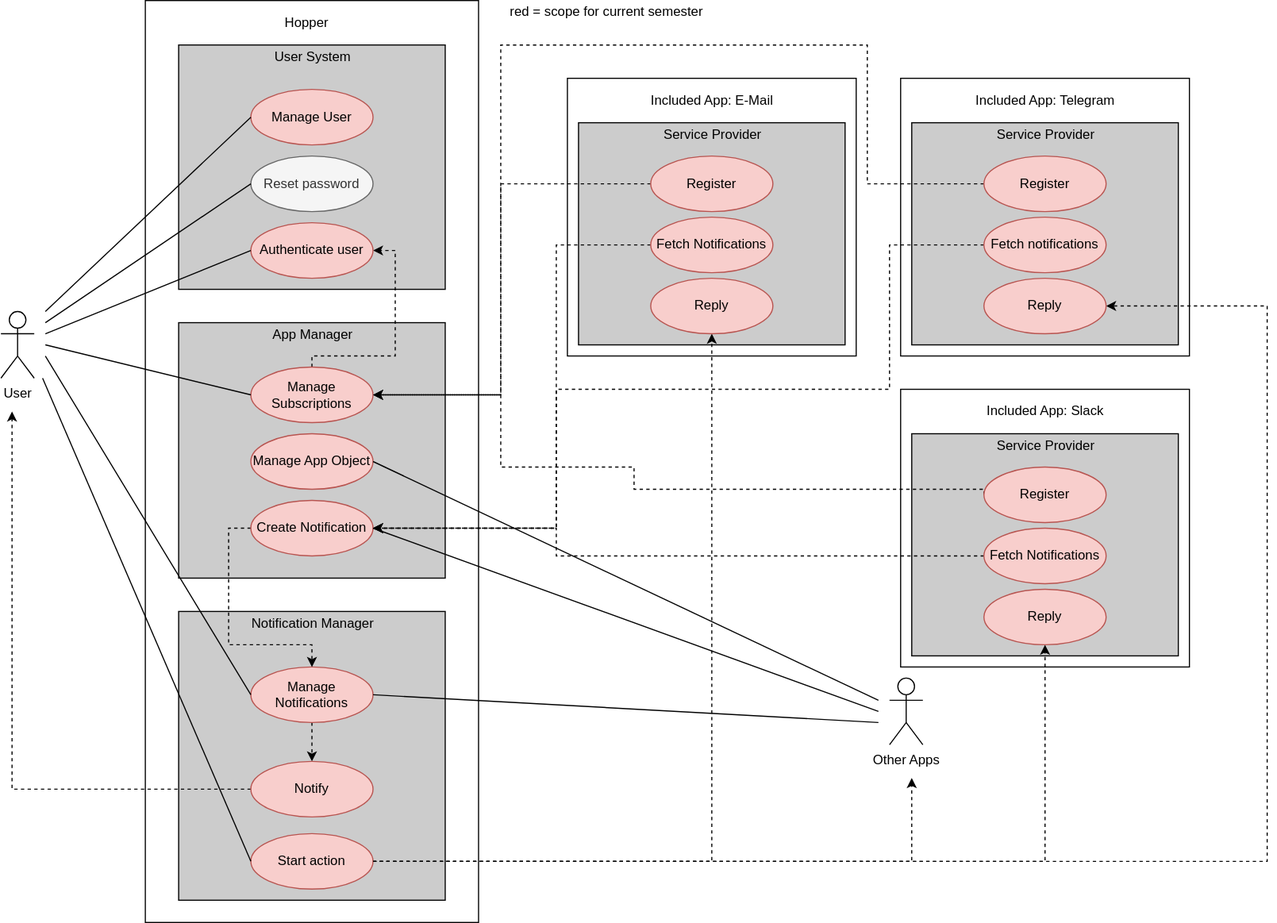
hopperteam/hopper-doc keeps this draw.io diagram as img/ucd2.svg. Above is the earlier version. Source tidied: cells renumbered, new cells last; positions are measured from the earlier drawing's top-left corner, leaving out a move shared by most shapes.
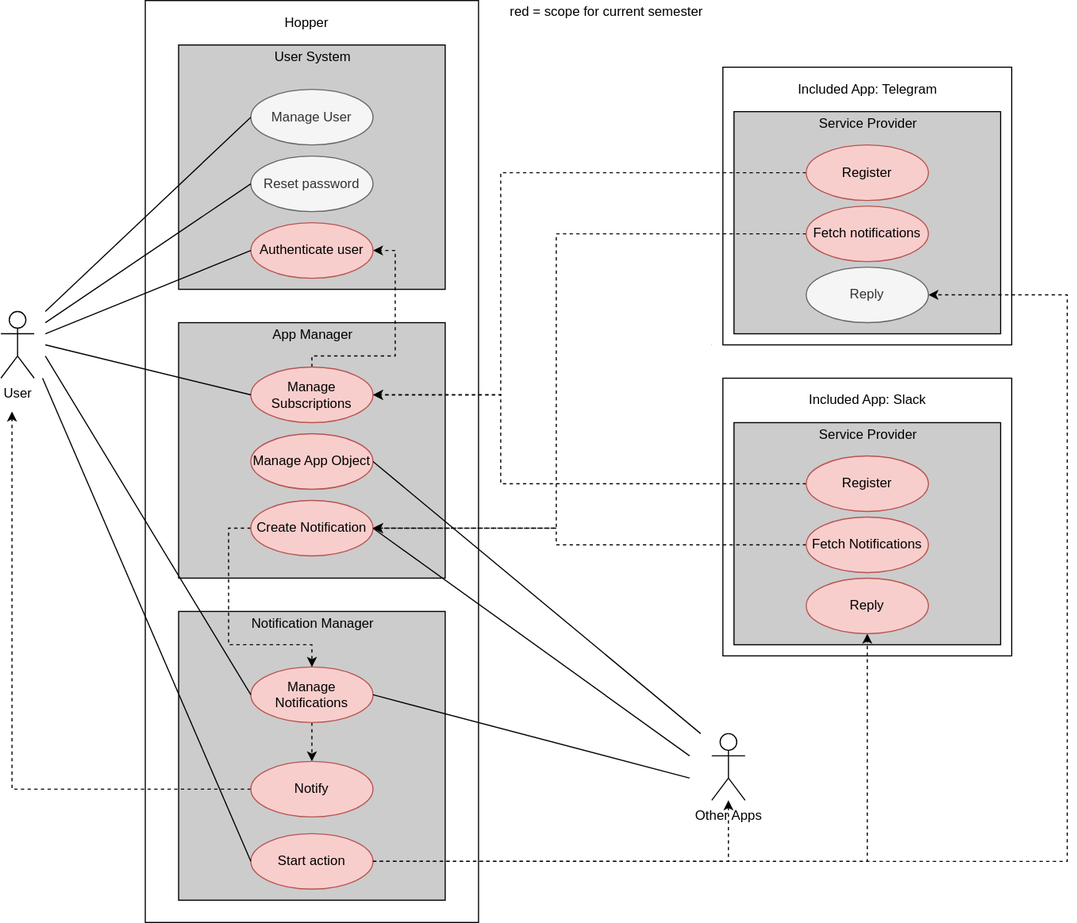
The same diagram one commit later.

Commit message:
Fix scope of ucd2

Diff of the diagram source:
```diff
@@ -11,7 +11,7 @@
     <mxCell id="4" value="User" style="shape=umlActor;verticalLabelPosition=bottom;labelBackgroundColor=#ffffff;verticalAlign=top;html=1;" parent="1" vertex="1">
       <mxGeometry y="280" width="30" height="60" as="geometry" />
     </mxCell>
-    <mxCell id="5" value="Manage User" style="ellipse;whiteSpace=wrap;html=1;fillColor=#f8cecc;strokeColor=#b85450;" parent="1" vertex="1">
+    <mxCell id="5" value="Manage User" style="ellipse;whiteSpace=wrap;html=1;fillColor=#f5f5f5;strokeColor=#666666;fontColor=#333333;" parent="1" vertex="1">
       <mxGeometry x="225" y="80" width="110" height="50" as="geometry" />
     </mxCell>
     <mxCell id="6" style="endArrow=none;html=1;entryX=0;entryY=0.5;entryDx=0;entryDy=0;" parent="1" edge="1" target="5">
@@ -49,11 +49,11 @@
       <mxGeometry x="225" y="200" width="110" height="50" as="geometry" />
     </mxCell>
     <mxCell id="14" value="Other Apps" style="shape=umlActor;verticalLabelPosition=bottom;labelBackgroundColor=#ffffff;verticalAlign=top;html=1;" parent="1" vertex="1">
-      <mxGeometry x="800" y="610" width="30" height="60" as="geometry" />
+      <mxGeometry x="640" y="660" width="30" height="60" as="geometry" />
     </mxCell>
     <mxCell id="15" style="endArrow=none;html=1;entryX=1;entryY=0.5;entryDx=0;entryDy=0;" parent="1" edge="1" target="10">
       <mxGeometry relative="1" as="geometry">
-        <mxPoint x="790" y="630" as="sourcePoint" />
+        <mxPoint x="630" y="660" as="sourcePoint" />
       </mxGeometry>
     </mxCell>
     <mxCell id="16" style="endArrow=none;html=1;entryX=0;entryY=0.5;entryDx=0;entryDy=0;" parent="1" edge="1" target="12">
@@ -77,7 +77,7 @@
     </mxCell>
     <mxCell id="21" style="endArrow=none;html=1;entryX=1;entryY=0.5;entryDx=0;entryDy=0;" parent="1" edge="1" target="20">
       <mxGeometry relative="1" as="geometry">
-        <mxPoint x="790" y="650" as="sourcePoint" />
+        <mxPoint x="620" y="700" as="sourcePoint" />
       </mxGeometry>
     </mxCell>
     <mxCell id="22" style="edgeStyle=orthogonalEdgeStyle;rounded=0;jettySize=auto;html=1;exitX=0;exitY=0.5;exitDx=0;exitDy=0;dashed=1;entryX=0.5;entryY=0;entryDx=0;entryDy=0;" parent="1" edge="1" source="23" target="20">
@@ -94,7 +94,7 @@
     </mxCell>
     <mxCell id="24" style="endArrow=none;html=1;entryX=1;entryY=0.5;entryDx=0;entryDy=0;" parent="1" edge="1" target="23">
       <mxGeometry relative="1" as="geometry">
-        <mxPoint x="790" y="640" as="sourcePoint" />
+        <mxPoint x="620" y="680" as="sourcePoint" />
       </mxGeometry>
     </mxCell>
     <mxCell id="25" style="endArrow=none;html=1;entryX=0;entryY=0.5;entryDx=0;entryDy=0;" parent="1" edge="1" target="20">
@@ -110,10 +110,8 @@
     <mxCell id="27" value="Notify" style="ellipse;whiteSpace=wrap;html=1;fillColor=#f8cecc;strokeColor=#b85450;" parent="1" vertex="1">
       <mxGeometry x="225" y="685" width="110" height="50" as="geometry" />
     </mxCell>
-    <mxCell id="28" style="edgeStyle=orthogonalEdgeStyle;rounded=0;jumpStyle=none;jettySize=auto;html=1;exitX=1;exitY=0.5;exitDx=0;exitDy=0;dashed=1;" parent="1" edge="1" source="29">
-      <mxGeometry relative="1" as="geometry">
-        <mxPoint x="820" y="700" as="targetPoint" />
-      </mxGeometry>
+    <mxCell id="28" style="edgeStyle=orthogonalEdgeStyle;rounded=0;jumpStyle=none;jettySize=auto;html=1;exitX=1;exitY=0.5;exitDx=0;exitDy=0;dashed=1;" parent="1" edge="1" source="29" target="14">
+      <mxGeometry relative="1" as="geometry" />
     </mxCell>
     <mxCell id="29" value="Start action" style="ellipse;whiteSpace=wrap;html=1;fillColor=#f8cecc;strokeColor=#b85450;" parent="1" vertex="1">
       <mxGeometry x="225" y="750" width="110" height="50" as="geometry" />
@@ -129,135 +127,94 @@
     <mxCell id="32" value="red = scope for current semester" style="text;html=1;align=center;verticalAlign=middle;" parent="1" vertex="1">
       <mxGeometry x="450" width="190" height="20" as="geometry" />
     </mxCell>
-    <mxCell id="33" value="v" style="rounded=0;whiteSpace=wrap;html=1;fillColor=#ffffff;" parent="1" vertex="1">
-      <mxGeometry x="510" y="70" width="260" height="250" as="geometry" />
-    </mxCell>
-    <mxCell id="34" value="&lt;p style=&quot;margin: 0px ; margin-top: 4px ; text-align: center&quot;&gt;Service Provider&lt;/p&gt;" style="verticalAlign=top;align=left;overflow=fill;fontSize=12;fontFamily=Helvetica;html=1;fillColor=#CCCCCC;" parent="1" vertex="1">
-      <mxGeometry x="520" y="110" width="240" height="200" as="geometry" />
-    </mxCell>
-    <mxCell id="35" value="Included App: E-Mail" style="text;html=1;align=center;verticalAlign=middle;fillColor=none;strokeColor=none;rounded=0;" parent="1" vertex="1">
-      <mxGeometry x="575" y="80" width="130" height="20" as="geometry" />
-    </mxCell>
-    <mxCell id="36" style="edgeStyle=orthogonalEdgeStyle;rounded=0;jettySize=auto;html=1;entryX=1;entryY=0.5;entryDx=0;entryDy=0;dashed=1;" parent="1" edge="1" source="37" target="12">
-      <mxGeometry relative="1" as="geometry">
-        <Array as="points">
-          <mxPoint x="450" y="165" />
-          <mxPoint x="450" y="355" />
-        </Array>
-      </mxGeometry>
-    </mxCell>
-    <mxCell id="37" value="Register" style="ellipse;whiteSpace=wrap;html=1;fillColor=#f8cecc;strokeColor=#b85450;" parent="1" vertex="1">
-      <mxGeometry x="585" y="140" width="110" height="50" as="geometry" />
-    </mxCell>
-    <mxCell id="38" style="edgeStyle=orthogonalEdgeStyle;rounded=0;jettySize=auto;html=1;exitX=0;exitY=0.5;exitDx=0;exitDy=0;entryX=1;entryY=0.5;entryDx=0;entryDy=0;dashed=1;jumpStyle=none;" parent="1" edge="1" source="39" target="23">
-      <mxGeometry relative="1" as="geometry">
-        <Array as="points">
-          <mxPoint x="500" y="220" />
-          <mxPoint x="500" y="475" />
-        </Array>
-      </mxGeometry>
-    </mxCell>
-    <mxCell id="39" value="Fetch Notifications" style="ellipse;whiteSpace=wrap;html=1;fillColor=#f8cecc;strokeColor=#b85450;" parent="1" vertex="1">
-      <mxGeometry x="585" y="195" width="110" height="50" as="geometry" />
-    </mxCell>
     <mxCell id="40" value="v" style="rounded=0;whiteSpace=wrap;html=1;fillColor=#ffffff;" parent="1" vertex="1">
-      <mxGeometry x="810" y="70" width="260" height="250" as="geometry" />
+      <mxGeometry x="650" y="60" width="260" height="250" as="geometry" />
     </mxCell>
     <mxCell id="41" value="&lt;p style=&quot;margin: 0px ; margin-top: 4px ; text-align: center&quot;&gt;Service Provider&lt;/p&gt;" style="verticalAlign=top;align=left;overflow=fill;fontSize=12;fontFamily=Helvetica;html=1;fillColor=#CCCCCC;" parent="1" vertex="1">
-      <mxGeometry x="820" y="110" width="240" height="200" as="geometry" />
+      <mxGeometry x="660" y="100" width="240" height="200" as="geometry" />
     </mxCell>
     <mxCell id="42" value="Included App: Telegram" style="text;html=1;align=center;verticalAlign=middle;fillColor=none;strokeColor=none;rounded=0;" parent="1" vertex="1">
-      <mxGeometry x="870" y="80" width="140" height="20" as="geometry" />
+      <mxGeometry x="710" y="70" width="140" height="20" as="geometry" />
     </mxCell>
     <mxCell id="43" style="edgeStyle=orthogonalEdgeStyle;rounded=0;jettySize=auto;html=1;exitX=0;exitY=0.5;exitDx=0;exitDy=0;entryX=1;entryY=0.5;entryDx=0;entryDy=0;dashed=1;" parent="1" edge="1" source="44" target="12">
       <mxGeometry relative="1" as="geometry">
         <Array as="points">
-          <mxPoint x="780" y="165" />
-          <mxPoint x="780" y="40" />
-          <mxPoint x="450" y="40" />
+          <mxPoint x="450" y="155" />
           <mxPoint x="450" y="355" />
         </Array>
       </mxGeometry>
     </mxCell>
     <mxCell id="44" value="Register" style="ellipse;whiteSpace=wrap;html=1;fillColor=#f8cecc;strokeColor=#b85450;" parent="1" vertex="1">
-      <mxGeometry x="885" y="140" width="110" height="50" as="geometry" />
+      <mxGeometry x="725" y="130" width="110" height="50" as="geometry" />
     </mxCell>
     <mxCell id="45" style="edgeStyle=orthogonalEdgeStyle;rounded=0;jettySize=auto;html=1;exitX=0;exitY=0.5;exitDx=0;exitDy=0;entryX=1;entryY=0.5;entryDx=0;entryDy=0;dashed=1;" parent="1" edge="1" source="46" target="23">
       <mxGeometry relative="1" as="geometry">
         <Array as="points">
-          <mxPoint x="800" y="220" />
-          <mxPoint x="800" y="350" />
-          <mxPoint x="500" y="350" />
+          <mxPoint x="500" y="210" />
           <mxPoint x="500" y="475" />
         </Array>
       </mxGeometry>
     </mxCell>
     <mxCell id="46" value="Fetch notifications" style="ellipse;whiteSpace=wrap;html=1;fillColor=#f8cecc;strokeColor=#b85450;" parent="1" vertex="1">
-      <mxGeometry x="885" y="195" width="110" height="50" as="geometry" />
+      <mxGeometry x="725" y="185" width="110" height="50" as="geometry" />
     </mxCell>
     <mxCell id="47" value="v" style="rounded=0;whiteSpace=wrap;html=1;fillColor=#ffffff;" parent="1" vertex="1">
-      <mxGeometry x="810" y="350" width="260" height="250" as="geometry" />
+      <mxGeometry x="650" y="340" width="260" height="250" as="geometry" />
     </mxCell>
     <mxCell id="48" value="&lt;p style=&quot;margin: 0px ; margin-top: 4px ; text-align: center&quot;&gt;Service Provider&lt;/p&gt;" style="verticalAlign=top;align=left;overflow=fill;fontSize=12;fontFamily=Helvetica;html=1;fillColor=#CCCCCC;" parent="1" vertex="1">
-      <mxGeometry x="820" y="390" width="240" height="200" as="geometry" />
+      <mxGeometry x="660" y="380" width="240" height="200" as="geometry" />
     </mxCell>
     <mxCell id="49" value="Included App: Slack" style="text;html=1;align=center;verticalAlign=middle;fillColor=none;strokeColor=none;rounded=0;" parent="1" vertex="1">
-      <mxGeometry x="880" y="360" width="120" height="20" as="geometry" />
+      <mxGeometry x="720" y="350" width="120" height="20" as="geometry" />
     </mxCell>
     <mxCell id="50" style="edgeStyle=orthogonalEdgeStyle;rounded=0;jettySize=auto;html=1;exitX=0;exitY=0.5;exitDx=0;exitDy=0;entryX=1;entryY=0.5;entryDx=0;entryDy=0;dashed=1;" parent="1" edge="1" source="51" target="12">
       <mxGeometry relative="1" as="geometry">
         <Array as="points">
-          <mxPoint x="885" y="440" />
-          <mxPoint x="570" y="440" />
-          <mxPoint x="570" y="420" />
-          <mxPoint x="450" y="420" />
+          <mxPoint x="450" y="435" />
           <mxPoint x="450" y="355" />
         </Array>
       </mxGeometry>
     </mxCell>
     <mxCell id="51" value="Register" style="ellipse;whiteSpace=wrap;html=1;fillColor=#f8cecc;strokeColor=#b85450;" parent="1" vertex="1">
-      <mxGeometry x="885" y="420" width="110" height="50" as="geometry" />
+      <mxGeometry x="725" y="410" width="110" height="50" as="geometry" />
     </mxCell>
     <mxCell id="52" style="edgeStyle=orthogonalEdgeStyle;rounded=0;jettySize=auto;html=1;exitX=0;exitY=0.5;exitDx=0;exitDy=0;entryX=1;entryY=0.5;entryDx=0;entryDy=0;dashed=1;" parent="1" edge="1" source="53" target="23">
       <mxGeometry relative="1" as="geometry">
         <Array as="points">
-          <mxPoint x="500" y="500" />
+          <mxPoint x="500" y="490" />
           <mxPoint x="500" y="475" />
         </Array>
       </mxGeometry>
     </mxCell>
     <mxCell id="53" value="Fetch Notifications" style="ellipse;whiteSpace=wrap;html=1;fillColor=#f8cecc;strokeColor=#b85450;" parent="1" vertex="1">
-      <mxGeometry x="885" y="475" width="110" height="50" as="geometry" />
+      <mxGeometry x="725" y="465" width="110" height="50" as="geometry" />
     </mxCell>
-    <mxCell id="54" style="edgeStyle=orthogonalEdgeStyle;rounded=0;jumpStyle=none;jettySize=auto;html=1;exitX=1;exitY=0.5;exitDx=0;exitDy=0;entryX=0.5;entryY=1;entryDx=0;entryDy=0;dashed=1;" parent="1" edge="1" source="29" target="55">
-      <mxGeometry relative="1" as="geometry" />
-    </mxCell>
-    <mxCell id="55" value="Reply" style="ellipse;whiteSpace=wrap;html=1;fillColor=#f8cecc;strokeColor=#b85450;" parent="1" vertex="1">
-      <mxGeometry x="585" y="250" width="110" height="50" as="geometry" />
-    </mxCell>
-    <mxCell id="56" style="edgeStyle=orthogonalEdgeStyle;rounded=0;orthogonalLoop=1;jettySize=auto;html=1;exitX=0.5;exitY=1;exitDx=0;exitDy=0;dashed=1;" parent="1" edge="1" source="34" target="34">
-      <mxGeometry relative="1" as="geometry" />
+    <mxCell id="56" style="edgeStyle=orthogonalEdgeStyle;rounded=0;orthogonalLoop=1;jettySize=auto;html=1;exitX=0.5;exitY=1;exitDx=0;exitDy=0;dashed=1;" parent="1" edge="1">
+      <mxGeometry relative="1" as="geometry">
+        <mxPoint x="640" y="310" as="sourcePoint" />
+        <mxPoint x="640" y="310" as="targetPoint" />
+      </mxGeometry>
     </mxCell>
     <mxCell id="57" style="edgeStyle=orthogonalEdgeStyle;rounded=0;jumpStyle=none;jettySize=auto;html=1;exitX=1;exitY=0.5;exitDx=0;exitDy=0;entryX=1;entryY=0.5;entryDx=0;entryDy=0;dashed=1;" parent="1" edge="1" source="29" target="58">
       <mxGeometry relative="1" as="geometry">
         <Array as="points">
-          <mxPoint x="1140" y="775" />
-          <mxPoint x="1140" y="275" />
+          <mxPoint x="960" y="775" />
+          <mxPoint x="960" y="265" />
         </Array>
       </mxGeometry>
     </mxCell>
-    <mxCell id="58" value="Reply" style="ellipse;whiteSpace=wrap;html=1;fillColor=#f8cecc;strokeColor=#b85450;" parent="1" vertex="1">
-      <mxGeometry x="885" y="250" width="110" height="50" as="geometry" />
+    <mxCell id="58" value="Reply" style="ellipse;whiteSpace=wrap;html=1;fillColor=#f5f5f5;strokeColor=#666666;fontColor=#333333;" parent="1" vertex="1">
+      <mxGeometry x="725" y="240" width="110" height="50" as="geometry" />
     </mxCell>
     <mxCell id="59" style="edgeStyle=orthogonalEdgeStyle;rounded=0;jumpStyle=none;jettySize=auto;html=1;exitX=1;exitY=0.5;exitDx=0;exitDy=0;entryX=0.5;entryY=1;entryDx=0;entryDy=0;dashed=1;" parent="1" edge="1" source="29" target="60">
       <mxGeometry relative="1" as="geometry">
         <Array as="points">
-          <mxPoint x="940" y="775" />
+          <mxPoint x="780" y="775" />
         </Array>
       </mxGeometry>
     </mxCell>
     <mxCell id="60" value="Reply" style="ellipse;whiteSpace=wrap;html=1;fillColor=#f8cecc;strokeColor=#b85450;" parent="1" vertex="1">
-      <mxGeometry x="885" y="530" width="110" height="50" as="geometry" />
+      <mxGeometry x="725" y="520" width="110" height="50" as="geometry" />
     </mxCell>
   </root>
 </mxGraphModel>
```
